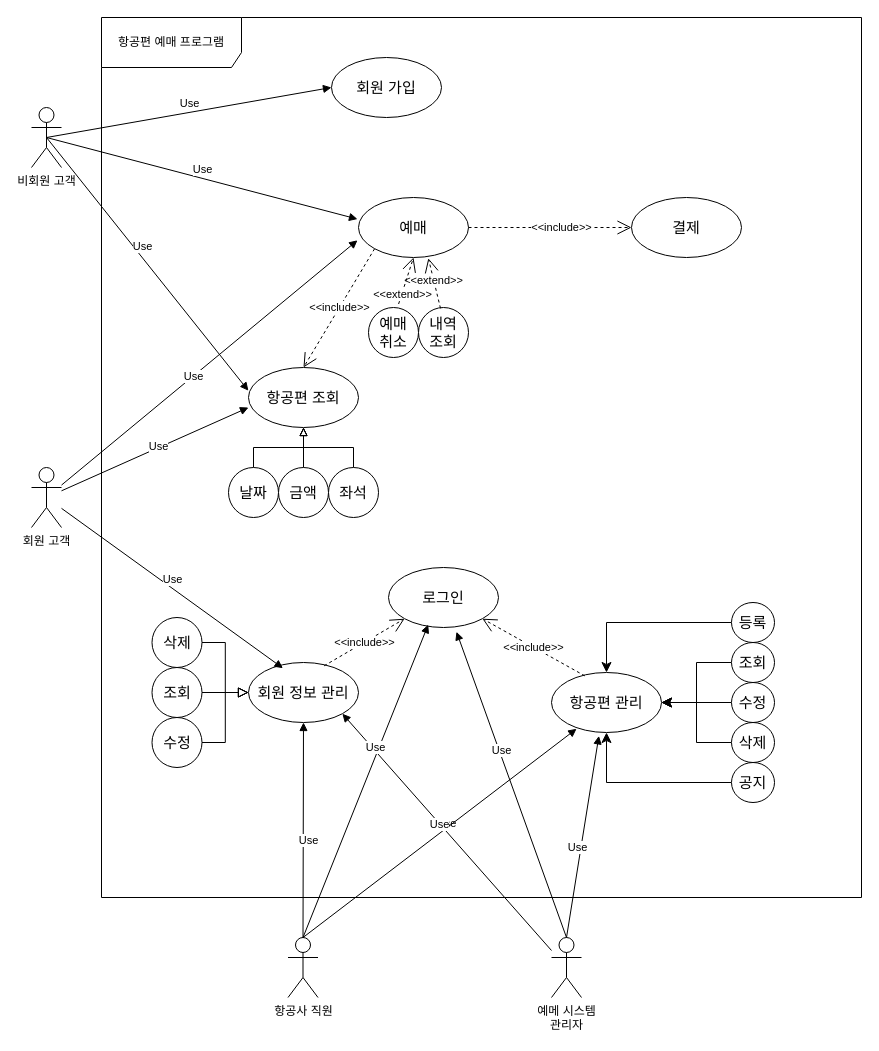
Before: page "항공편 유스케이스" (1 of 2) of 아아아.drawio in aass1822/GITHUB-TEST, a draw.io diagram. Source tidied: cells renumbered, new cells numbered last; positions are measured from the earlier drawing's top-left corner, leaving out a move shared by most shapes. Both pictures are drawn from the tidied source at 100%, with x=0, y=0 at pixel (31, 17).
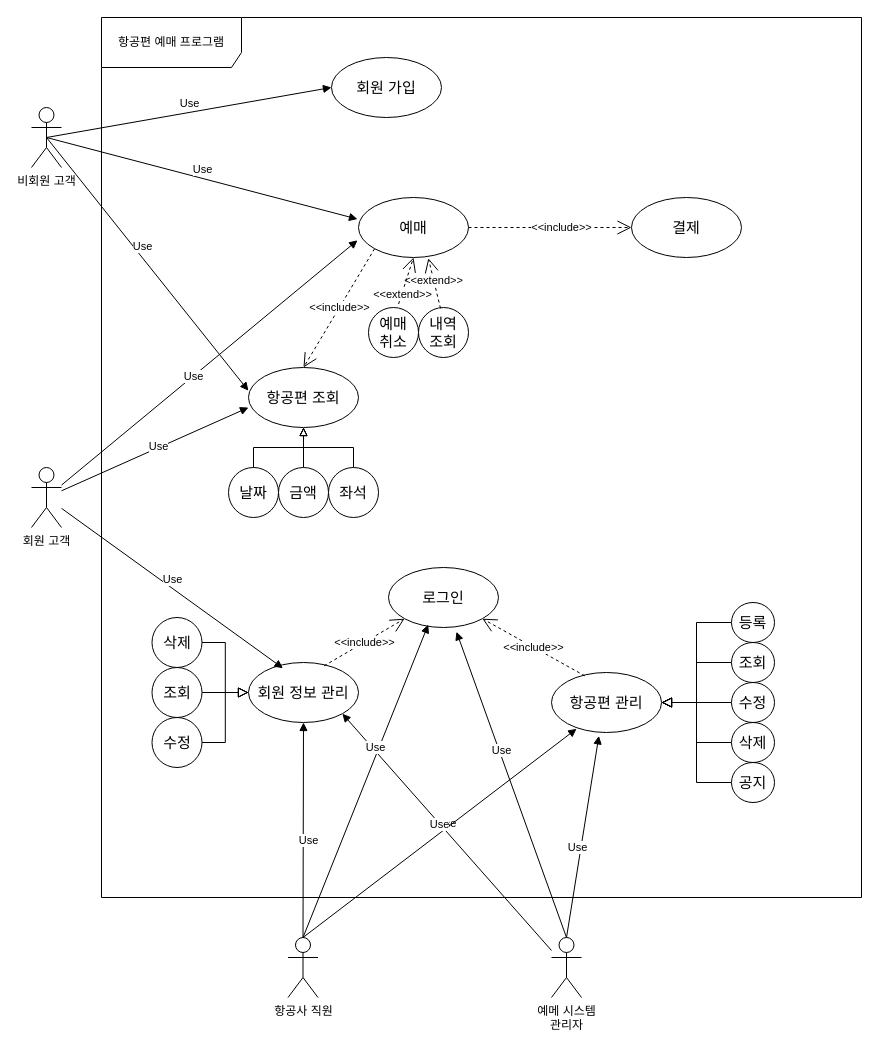
Above is the later version.

Unchanged cells that the change refers to:
```xml
<mxCell id="9" value="&lt;font style=&quot;font-size: 15px;&quot;&gt;항공편 관리&lt;/font&gt;" style="ellipse;whiteSpace=wrap;html=1;" parent="1" vertex="1">
  <mxGeometry x="520" y="655" width="110" height="60" as="geometry" />
</mxCell>
<mxCell id="12" value="&lt;span style=&quot;font-size: 15px;&quot;&gt;수정&lt;/span&gt;" style="ellipse;whiteSpace=wrap;html=1;" parent="1" vertex="1">
  <mxGeometry x="700" y="665" width="43" height="40" as="geometry" />
</mxCell>
<mxCell id="16" value="&lt;span style=&quot;font-size: 15px;&quot;&gt;조회&lt;/span&gt;" style="ellipse;whiteSpace=wrap;html=1;" parent="1" vertex="1">
  <mxGeometry x="700" y="625" width="43" height="40" as="geometry" />
</mxCell>
<mxCell id="23" value="&lt;font style=&quot;font-size: 15px;&quot;&gt;삭제&lt;/font&gt;" style="ellipse;whiteSpace=wrap;html=1;" parent="1" vertex="1">
  <mxGeometry x="700" y="705" width="43" height="40" as="geometry" />
</mxCell>
<mxCell id="47" value="&lt;span style=&quot;font-size: 15px;&quot;&gt;공지&lt;/span&gt;" style="ellipse;whiteSpace=wrap;html=1;" parent="1" vertex="1">
  <mxGeometry x="700" y="745" width="43" height="40" as="geometry" />
</mxCell>
<mxCell id="49" value="&lt;span style=&quot;font-size: 15px;&quot;&gt;등록&lt;/span&gt;" style="ellipse;whiteSpace=wrap;html=1;" parent="1" vertex="1">
  <mxGeometry x="700" y="585" width="43" height="40" as="geometry" />
</mxCell>
```

Change to the diagram source:
```diff
@@
-    <mxCell id="11" style="edgeStyle=orthogonalEdgeStyle;rounded=0;jettySize=auto;html=1;fontSize=12;startSize=8;endSize=8;" parent="1" edge="1" source="12" target="9">
+    <mxCell id="11" style="edgeStyle=orthogonalEdgeStyle;rounded=0;jettySize=auto;html=1;fontSize=12;startSize=8;endSize=8;endArrow=block;endFill=0;" parent="1" edge="1" source="12" target="9">
       <mxGeometry relative="1" as="geometry" />
     </mxCell>
@@
-    <mxCell id="15" style="edgeStyle=orthogonalEdgeStyle;rounded=0;jettySize=auto;html=1;fontSize=12;startSize=8;endSize=8;" parent="1" edge="1" source="16" target="9">
+    <mxCell id="15" style="edgeStyle=orthogonalEdgeStyle;rounded=0;jettySize=auto;html=1;fontSize=12;startSize=8;endSize=8;endArrow=block;endFill=0;" parent="1" edge="1" source="16" target="9">
       <mxGeometry relative="1" as="geometry" />
     </mxCell>
@@
-    <mxCell id="22" style="edgeStyle=orthogonalEdgeStyle;rounded=0;jettySize=auto;html=1;fontSize=12;startSize=8;endSize=8;" parent="1" edge="1" source="23" target="9">
+    <mxCell id="22" style="edgeStyle=orthogonalEdgeStyle;rounded=0;jettySize=auto;html=1;fontSize=12;startSize=8;endSize=8;endArrow=block;endFill=0;" parent="1" edge="1" source="23" target="9">
       <mxGeometry relative="1" as="geometry" />
     </mxCell>
@@
-    <mxCell id="46" style="edgeStyle=orthogonalEdgeStyle;rounded=0;jettySize=auto;html=1;fontSize=12;startSize=8;endSize=8;" parent="1" edge="1" source="47" target="9">
+    <mxCell id="46" style="edgeStyle=orthogonalEdgeStyle;rounded=0;jettySize=auto;html=1;fontSize=12;startSize=8;endSize=8;entryX=1;entryY=0.5;entryDx=0;entryDy=0;endArrow=block;endFill=0;" parent="1" edge="1" source="47" target="9">
       <mxGeometry relative="1" as="geometry" />
     </mxCell>
@@
-    <mxCell id="48" style="edgeStyle=orthogonalEdgeStyle;rounded=0;jettySize=auto;html=1;fontSize=12;startSize=8;endSize=8;" parent="1" edge="1" source="49" target="9">
+    <mxCell id="48" style="edgeStyle=orthogonalEdgeStyle;rounded=0;jettySize=auto;html=1;fontSize=12;startSize=8;endSize=8;entryX=1;entryY=0.5;entryDx=0;entryDy=0;endArrow=block;endFill=0;" parent="1" edge="1" source="49" target="9">
       <mxGeometry relative="1" as="geometry" />
     </mxCell>
```
